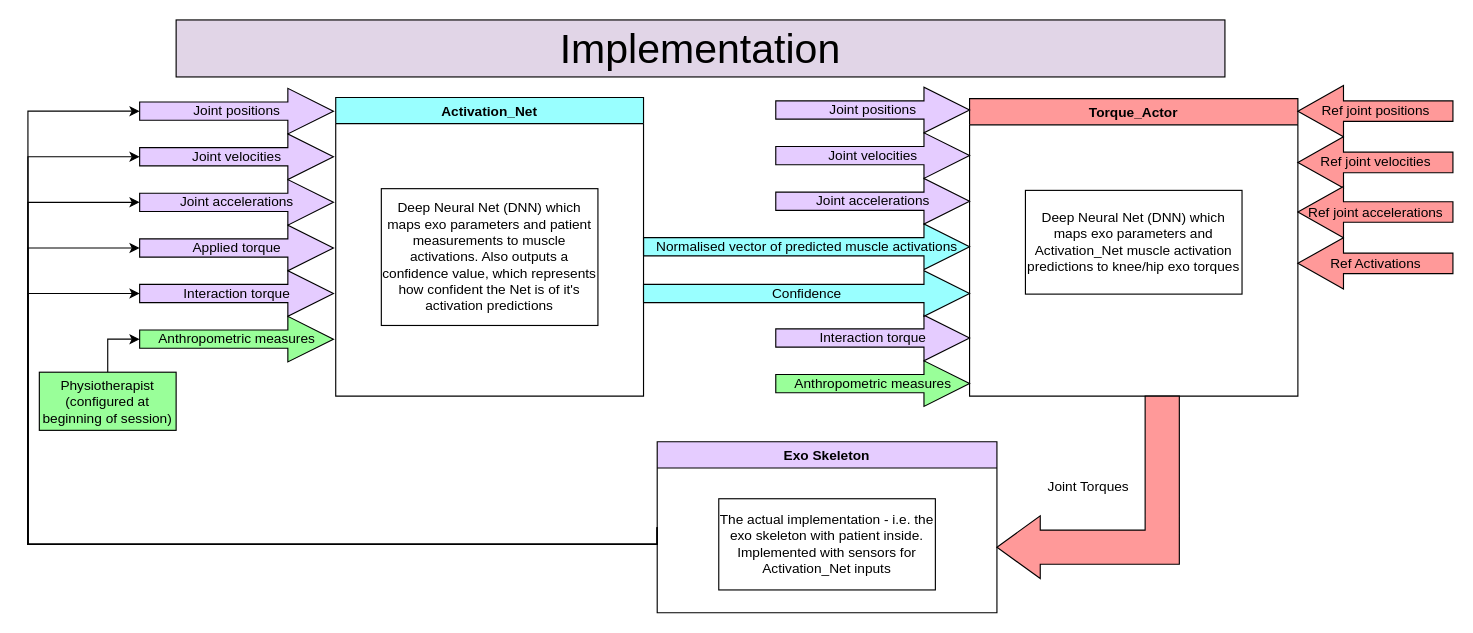
The draw.io diagram Exo_Net.drawio in LeoCain/MASS_EXO, before the edit. Source tidied: cells renumbered, new cells numbered last; positions are measured from the earlier drawing's top-left corner, leaving out a move shared by most shapes. Both pictures are drawn from the tidied source at 114%, with x=0, y=0 at pixel (27, 19).
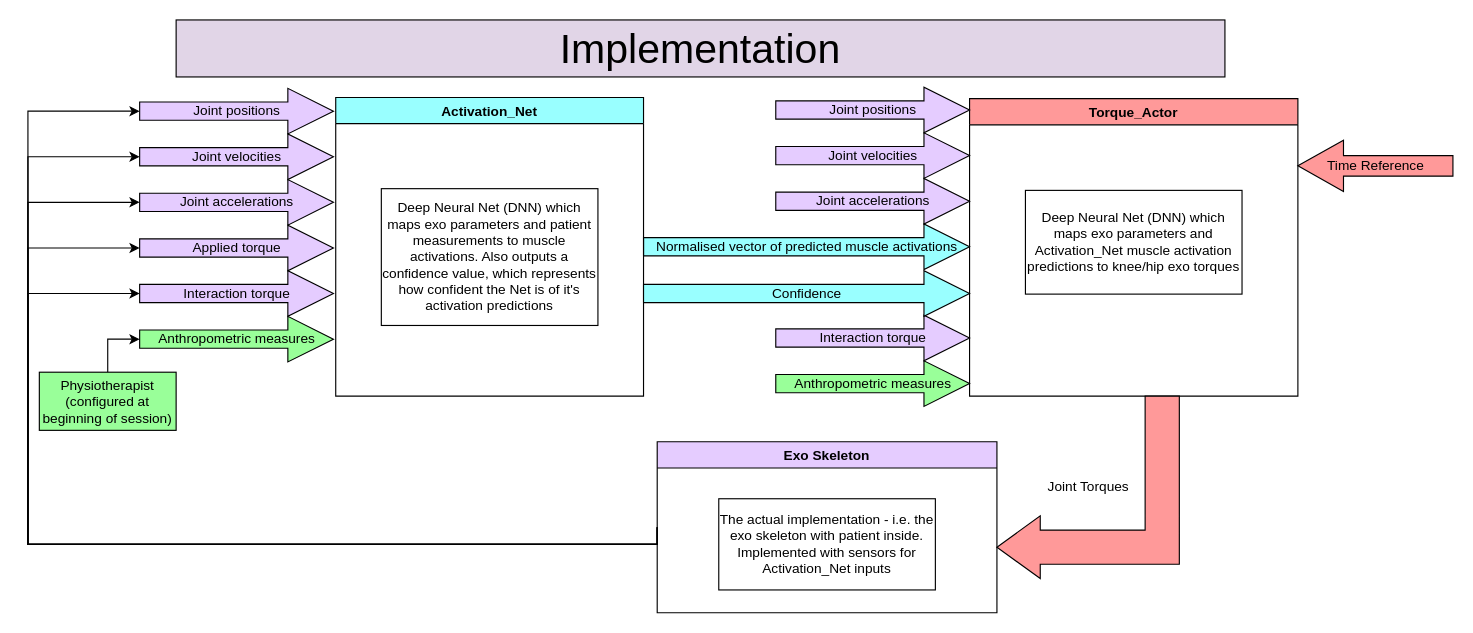
The same diagram, later.

Commit message:
added time reference, removed other reference

Diff of the diagram source:
```diff
@@
-    <mxCell id="30" value="Ref joint positions" style="html=1;shadow=0;dashed=0;align=center;verticalAlign=middle;shape=mxgraph.arrows2.arrow;dy=0.6;dx=40;flipH=1;notch=0;fillColor=#FF9999;" parent="1" vertex="1">
-      <mxGeometry x="1114" y="57.5" width="136" height="45" as="geometry" />
+    <mxCell id="30" value="Time Reference" style="html=1;shadow=0;dashed=0;align=center;verticalAlign=middle;shape=mxgraph.arrows2.arrow;dy=0.6;dx=40;flipH=1;notch=0;fillColor=#FF9999;" parent="1" vertex="1">
+      <mxGeometry x="1114" y="105.5" width="136" height="45" as="geometry" />
     </mxCell>
-    <mxCell id="31" value="Ref joint velocities" style="html=1;shadow=0;dashed=0;align=center;verticalAlign=middle;shape=mxgraph.arrows2.arrow;dy=0.6;dx=40;flipH=1;notch=0;fillColor=#FF9999;" parent="1" vertex="1">
-      <mxGeometry x="1114" y="102.5" width="136" height="45" as="geometry" />
-    </mxCell>
-    <mxCell id="32" value="Ref joint accelerations" style="html=1;shadow=0;dashed=0;align=center;verticalAlign=middle;shape=mxgraph.arrows2.arrow;dy=0.6;dx=40;flipH=1;notch=0;fillColor=#FF9999;" parent="1" vertex="1">
-      <mxGeometry x="1114" y="146" width="136" height="45" as="geometry" />
-    </mxCell>
-    <mxCell id="33" value="Ref Activations" style="html=1;shadow=0;dashed=0;align=center;verticalAlign=middle;shape=mxgraph.arrows2.arrow;dy=0.6;dx=40;flipH=1;notch=0;fillColor=#FF9999;" parent="1" vertex="1">
-      <mxGeometry x="1114" y="191" width="136" height="45" as="geometry" />
-    </mxCell>
```
